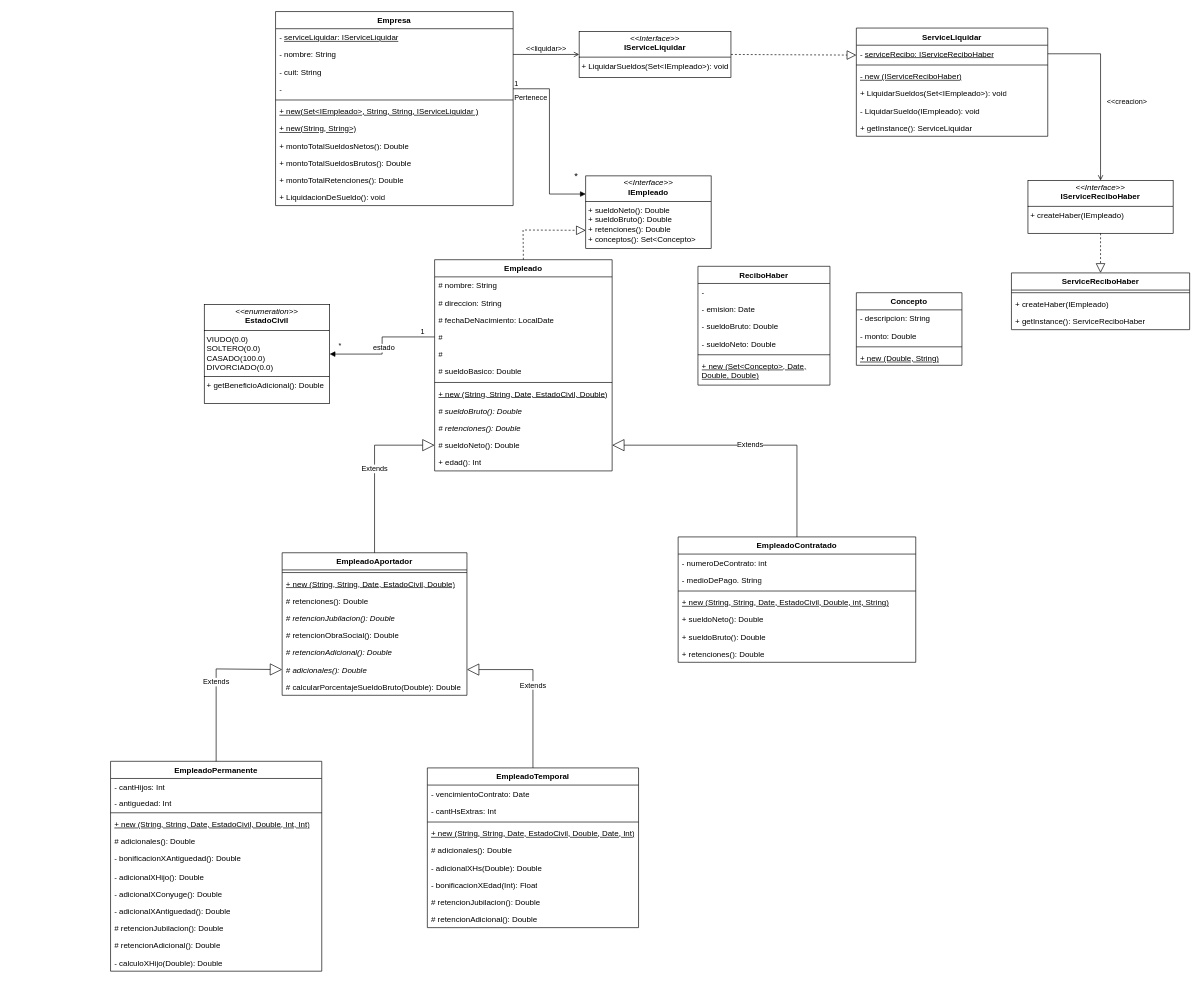
tomasmendoza-unq/objetos2 keeps this draw.io diagram as TP-2/tp-02.drawio. Above is the earlier version. Source tidied: cells renumbered, new cells numbered last; positions are measured from the earlier drawing's top-left corner, leaving out a move shared by most shapes. Both pictures are drawn from the tidied source at 66%, with x=0, y=0 at pixel (11, 11).
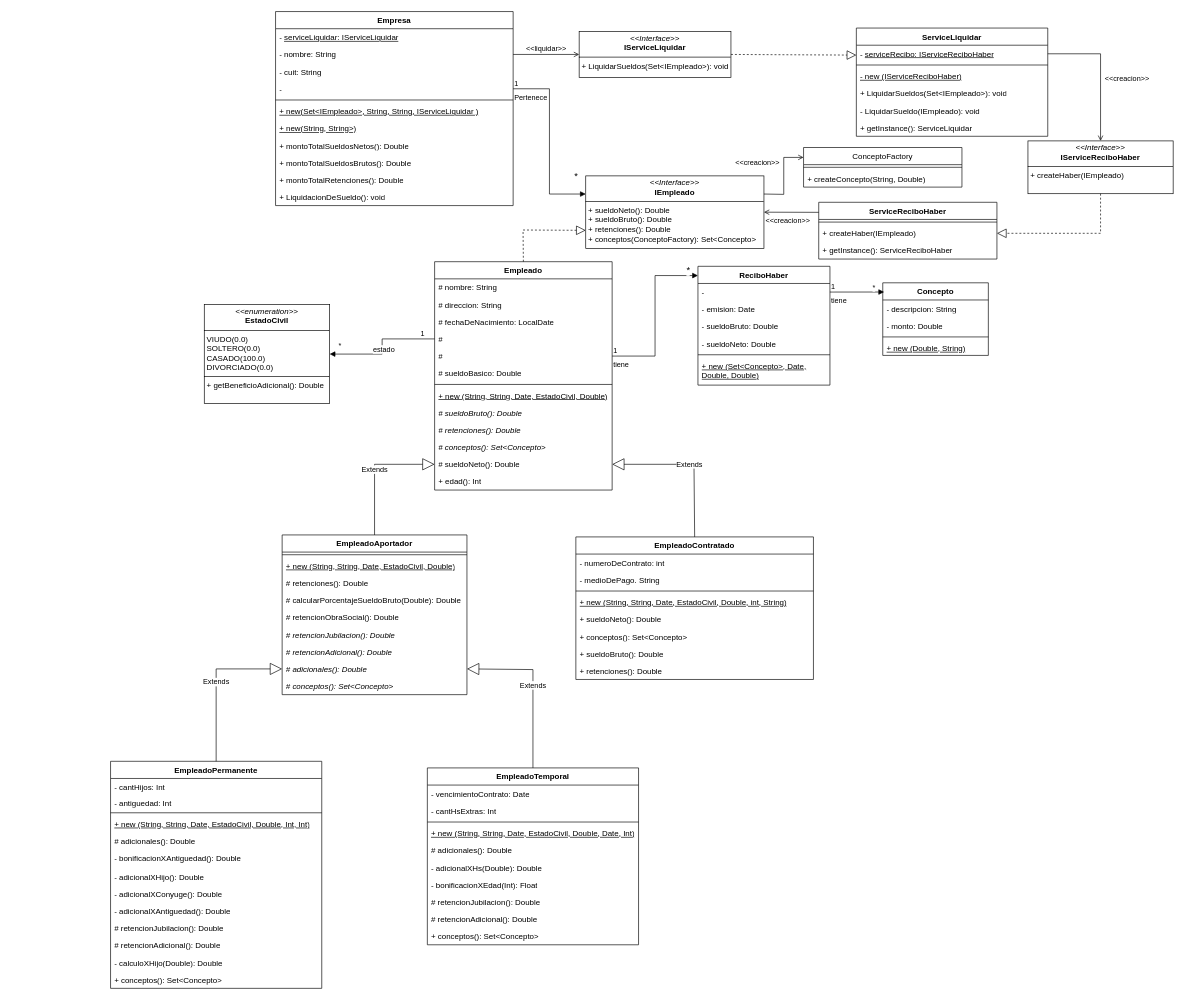
Above is the later version.

Unchanged cells that the change refers to:
```xml
<mxCell id="7" value="#" style="text;strokeColor=none;fillColor=none;align=left;verticalAlign=top;spacingLeft=4;spacingRight=4;overflow=hidden;points=[[0,0.5],[1,0.5]];portConstraint=eastwest;whiteSpace=wrap;html=1;" parent="2" vertex="1">
  <mxGeometry y="130" width="269" height="26" as="geometry" />
</mxCell>
<mxCell id="50" value="ReciboHaber" style="swimlane;fontStyle=1;align=center;verticalAlign=top;horizontal=1;startSize=26;whiteSpace=wrap;html=1;" parent="1" vertex="1">
  <mxGeometry x="1040" y="386" width="200" height="180" as="geometry" />
</mxCell>
<mxCell id="51" value="-" style="text;strokeColor=none;fillColor=none;align=left;verticalAlign=top;spacingLeft=4;spacingRight=4;overflow=hidden;points=[[0,0.5],[1,0.5]];portConstraint=eastwest;whiteSpace=wrap;html=1;" parent="50" vertex="1">
  <mxGeometry y="26" width="200" height="26" as="geometry" />
</mxCell>
<mxCell id="96" value="- &lt;u&gt;serviceRecibo: IServiceReciboHaber&lt;/u&gt;" style="text;strokeColor=none;fillColor=none;align=left;verticalAlign=top;spacingLeft=4;spacingRight=4;overflow=hidden;points=[[0,0.5],[1,0.5]];portConstraint=eastwest;whiteSpace=wrap;html=1;" parent="95" vertex="1">
  <mxGeometry y="26" width="290" height="26" as="geometry" />
</mxCell>
<mxCell id="108" value="+ createHaber(IEmpleado)" style="text;strokeColor=none;fillColor=none;align=left;verticalAlign=top;spacingLeft=4;spacingRight=4;overflow=hidden;points=[[0,0.5],[1,0.5]];portConstraint=eastwest;whiteSpace=wrap;html=1;" parent="106" vertex="1">
  <mxGeometry y="34" width="270" height="26" as="geometry" />
</mxCell>
```

Diff of the diagram source:
```diff
@@
     <mxCell id="2" value="Empleado" style="swimlane;fontStyle=1;align=center;verticalAlign=top;horizontal=1;startSize=26;whiteSpace=wrap;html=1;" parent="1" vertex="1">
-      <mxGeometry x="641" y="376" width="269" height="320" as="geometry" />
+      <mxGeometry x="641" y="379" width="269" height="346" as="geometry" />
     </mxCell>
@@
+    <mxCell id="110" value="&lt;i&gt;# conceptos(): Set&amp;lt;Concepto&amp;gt;&lt;/i&gt;" style="text;strokeColor=none;fillColor=none;align=left;verticalAlign=top;spacingLeft=4;spacingRight=4;overflow=hidden;whiteSpace=wrap;html=1;" parent="2" vertex="1">
+      <mxGeometry y="268" width="269" height="26" as="geometry" />
+    </mxCell>
     <mxCell id="13" value="# sueldoNeto(): Double" style="text;strokeColor=none;fillColor=none;align=left;verticalAlign=top;spacingLeft=4;spacingRight=4;overflow=hidden;points=[[0,0.5],[1,0.5]];portConstraint=eastwest;whiteSpace=wrap;html=1;" parent="2" vertex="1">
-      <mxGeometry y="268" width="269" height="26" as="geometry" />
+      <mxGeometry y="294" width="269" height="26" as="geometry" />
     </mxCell>
     <mxCell id="14" value="+ edad(): Int" style="text;strokeColor=none;fillColor=none;align=left;verticalAlign=top;spacingLeft=4;spacingRight=4;overflow=hidden;whiteSpace=wrap;html=1;" parent="2" vertex="1">
-      <mxGeometry y="294" width="269" height="26" as="geometry" />
+      <mxGeometry y="320" width="269" height="26" as="geometry" />
     </mxCell>
     <mxCell id="15" value="EmpleadoTemporal" style="swimlane;fontStyle=1;align=center;verticalAlign=top;horizontal=1;startSize=26;whiteSpace=wrap;html=1;" parent="1" vertex="1">
-      <mxGeometry x="630" y="1146" width="320" height="242" as="geometry" />
+      <mxGeometry x="630" y="1146" width="320" height="268" as="geometry" />
     </mxCell>
@@
+    <mxCell id="111" value="+ conceptos(): Set&amp;lt;Concepto&amp;gt;" style="text;strokeColor=none;fillColor=none;align=left;verticalAlign=top;spacingLeft=4;spacingRight=4;overflow=hidden;whiteSpace=wrap;html=1;" parent="15" vertex="1">
+      <mxGeometry y="242" width="320" height="26" as="geometry" />
+    </mxCell>
     <mxCell id="25" value="EmpleadoPermanente" style="swimlane;fontStyle=1;align=center;verticalAlign=top;horizontal=1;startSize=26;whiteSpace=wrap;html=1;" parent="1" vertex="1">
-      <mxGeometry x="150" y="1136" width="320" height="318" as="geometry" />
+      <mxGeometry x="150" y="1136" width="320" height="344" as="geometry" />
     </mxCell>
@@
+    <mxCell id="112" value="+ conceptos(): Set&amp;lt;Concepto&amp;gt;" style="text;strokeColor=none;fillColor=none;align=left;verticalAlign=top;spacingLeft=4;spacingRight=4;overflow=hidden;whiteSpace=wrap;html=1;" parent="25" vertex="1">
+      <mxGeometry y="318" width="320" height="26" as="geometry" />
+    </mxCell>
@@
     <mxCell id="57" value="Concepto" style="swimlane;fontStyle=1;align=center;verticalAlign=top;horizontal=1;startSize=26;whiteSpace=wrap;html=1;" parent="1" vertex="1">
-      <mxGeometry x="1280" y="426" width="160" height="110" as="geometry" />
+      <mxGeometry x="1320" y="411" width="160" height="110" as="geometry" />
     </mxCell>
@@
     <mxCell id="68" value="EmpleadoContratado" style="swimlane;fontStyle=1;align=center;verticalAlign=top;horizontal=1;startSize=26;whiteSpace=wrap;html=1;" parent="1" vertex="1">
-      <mxGeometry x="1010" y="796" width="360" height="190" as="geometry" />
+      <mxGeometry x="855" y="796" width="360" height="216" as="geometry" />
     </mxCell>
@@
+    <mxCell id="113" value="+ conceptos(): Set&amp;lt;Concepto&amp;gt;" style="text;strokeColor=none;fillColor=none;align=left;verticalAlign=top;spacingLeft=4;spacingRight=4;overflow=hidden;whiteSpace=wrap;html=1;" parent="68" vertex="1">
+      <mxGeometry y="138" width="360" height="26" as="geometry" />
+    </mxCell>
     <mxCell id="74" value="+ sueldoBruto(): Double" style="text;strokeColor=none;fillColor=none;align=left;verticalAlign=top;spacingLeft=4;spacingRight=4;overflow=hidden;whiteSpace=wrap;html=1;" parent="68" vertex="1">
-      <mxGeometry y="138" width="360" height="26" as="geometry" />
+      <mxGeometry y="164" width="360" height="26" as="geometry" />
     </mxCell>
     <mxCell id="75" value="+ retenciones(): Double" style="text;strokeColor=none;fillColor=none;align=left;verticalAlign=top;spacingLeft=4;spacingRight=4;overflow=hidden;whiteSpace=wrap;html=1;" parent="68" vertex="1">
-      <mxGeometry y="164" width="360" height="26" as="geometry" />
+      <mxGeometry y="190" width="360" height="26" as="geometry" />
     </mxCell>
-    <mxCell id="76" value="&lt;p style=&quot;margin:0px;margin-top:4px;text-align:center;&quot;&gt;&lt;i&gt;&amp;lt;&amp;lt;Interface&amp;gt;&amp;gt;&lt;/i&gt;&lt;br&gt;&lt;b&gt;IEmpleado&lt;/b&gt;&lt;/p&gt;&lt;hr size=&quot;1&quot; style=&quot;border-style:solid;&quot;&gt;&lt;p style=&quot;margin:0px;margin-left:4px;&quot;&gt;+ sueldoNeto(): Double&lt;/p&gt;&lt;p style=&quot;margin:0px;margin-left:4px;&quot;&gt;+ sueldoBruto(): Double&lt;/p&gt;&lt;p style=&quot;margin:0px;margin-left:4px;&quot;&gt;+ retenciones(): Double&lt;/p&gt;&lt;p style=&quot;margin:0px;margin-left:4px;&quot;&gt;+ conceptos(): Set&amp;lt;Concepto&amp;gt;&lt;/p&gt;&lt;p style=&quot;margin:0px;margin-left:4px;&quot;&gt;&lt;br&gt;&lt;/p&gt;" style="verticalAlign=top;align=left;overflow=fill;html=1;whiteSpace=wrap;" parent="1" vertex="1">
-      <mxGeometry x="870" y="249" width="190" height="110" as="geometry" />
+    <mxCell id="76" value="&lt;p style=&quot;margin:0px;margin-top:4px;text-align:center;&quot;&gt;&lt;i&gt;&amp;lt;&amp;lt;Interface&amp;gt;&amp;gt;&lt;/i&gt;&lt;br&gt;&lt;b&gt;IEmpleado&lt;/b&gt;&lt;/p&gt;&lt;hr size=&quot;1&quot; style=&quot;border-style:solid;&quot;&gt;&lt;p style=&quot;margin:0px;margin-left:4px;&quot;&gt;+ sueldoNeto(): Double&lt;/p&gt;&lt;p style=&quot;margin:0px;margin-left:4px;&quot;&gt;+ sueldoBruto(): Double&lt;/p&gt;&lt;p style=&quot;margin:0px;margin-left:4px;&quot;&gt;+ retenciones(): Double&lt;/p&gt;&lt;p style=&quot;margin:0px;margin-left:4px;&quot;&gt;+ conceptos(ConceptoFactory): Set&amp;lt;Concepto&amp;gt;&lt;/p&gt;&lt;p style=&quot;margin:0px;margin-left:4px;&quot;&gt;&lt;br&gt;&lt;/p&gt;" style="verticalAlign=top;align=left;overflow=fill;html=1;whiteSpace=wrap;" parent="1" vertex="1">
+      <mxGeometry x="870" y="249" width="270" height="110" as="geometry" />
     </mxCell>
@@
     <mxCell id="80" value="Extends" style="endArrow=block;endSize=16;endFill=0;html=1;rounded=0;exitX=0.5;exitY=0;exitDx=0;exitDy=0;entryX=1;entryY=0.5;entryDx=0;entryDy=0;" parent="1" edge="1" source="68" target="13">
       <mxGeometry relative="1" as="geometry">
         <Array as="points">
-          <mxPoint x="1190" y="657" />
+          <mxPoint x="1034" y="686" />
         </Array>
       </mxGeometry>
     </mxCell>
     <mxCell id="81" value="EmpleadoAportador" style="swimlane;fontStyle=1;align=center;verticalAlign=top;horizontal=1;startSize=26;whiteSpace=wrap;html=1;" parent="1" vertex="1">
-      <mxGeometry x="410" y="820" width="280" height="216" as="geometry" />
+      <mxGeometry x="410" y="793" width="280" height="242" as="geometry" />
     </mxCell>
@@
+    <mxCell id="89" value="# calcularPorcentajeSueldoBruto(Double): Double" style="text;strokeColor=none;fillColor=none;align=left;verticalAlign=top;spacingLeft=4;spacingRight=4;overflow=hidden;whiteSpace=wrap;html=1;" parent="81" vertex="1">
+      <mxGeometry y="86" width="280" height="26" as="geometry" />
+    </mxCell>
+    <mxCell id="86" value="&lt;i&gt;#&amp;nbsp;&lt;/i&gt;retencionObraSocial(): Double" style="text;strokeColor=none;fillColor=none;align=left;verticalAlign=top;spacingLeft=4;spacingRight=4;overflow=hidden;whiteSpace=wrap;html=1;" parent="81" vertex="1">
+      <mxGeometry y="112" width="280" height="26" as="geometry" />
+    </mxCell>
     <mxCell id="85" value="&lt;i&gt;# retencionJubilacion(): Double&lt;/i&gt;" style="text;strokeColor=none;fillColor=none;align=left;verticalAlign=top;spacingLeft=4;spacingRight=4;overflow=hidden;whiteSpace=wrap;html=1;" parent="81" vertex="1">
-      <mxGeometry y="86" width="280" height="26" as="geometry" />
+      <mxGeometry y="138" width="280" height="26" as="geometry" />
     </mxCell>
-    <mxCell id="86" value="&lt;i&gt;#&amp;nbsp;&lt;/i&gt;retencionObraSocial(): Double" style="text;strokeColor=none;fillColor=none;align=left;verticalAlign=top;spacingLeft=4;spacingRight=4;overflow=hidden;whiteSpace=wrap;html=1;" parent="81" vertex="1">
-      <mxGeometry y="112" width="280" height="26" as="geometry" />
-    </mxCell>
     <mxCell id="87" value="&lt;i&gt;# retencionAdicional(): Double&lt;/i&gt;" style="text;strokeColor=none;fillColor=none;align=left;verticalAlign=top;spacingLeft=4;spacingRight=4;overflow=hidden;whiteSpace=wrap;html=1;" parent="81" vertex="1">
-      <mxGeometry y="138" width="280" height="26" as="geometry" />
+      <mxGeometry y="164" width="280" height="26" as="geometry" />
     </mxCell>
     <mxCell id="88" value="&lt;i&gt;# adicionales(): Double&lt;/i&gt;" style="text;strokeColor=none;fillColor=none;align=left;verticalAlign=top;spacingLeft=4;spacingRight=4;overflow=hidden;points=[[0,0.5],[1,0.5]];portConstraint=eastwest;whiteSpace=wrap;html=1;" parent="81" vertex="1">
-      <mxGeometry y="164" width="280" height="26" as="geometry" />
+      <mxGeometry y="190" width="280" height="26" as="geometry" />
     </mxCell>
-    <mxCell id="89" value="# calcularPorcentajeSueldoBruto(Double): Double" style="text;strokeColor=none;fillColor=none;align=left;verticalAlign=top;spacingLeft=4;spacingRight=4;overflow=hidden;whiteSpace=wrap;html=1;" parent="81" vertex="1">
-      <mxGeometry y="190" width="280" height="26" as="geometry" />
-    </mxCell>
+    <mxCell id="114" value="&lt;i&gt;# conceptos(): Set&amp;lt;Concepto&amp;gt;&lt;/i&gt;" style="text;strokeColor=none;fillColor=none;align=left;verticalAlign=top;spacingLeft=4;spacingRight=4;overflow=hidden;whiteSpace=wrap;html=1;" parent="81" vertex="1">
+      <mxGeometry y="216" width="280" height="26" as="geometry" />
+    </mxCell>
     <mxCell id="90" value="Extends" style="endArrow=block;endSize=16;endFill=0;html=1;rounded=0;exitX=0.5;exitY=0;exitDx=0;exitDy=0;entryX=0;entryY=0.5;entryDx=0;entryDy=0;" parent="1" edge="1" source="81" target="13">
       <mxGeometry relative="1" as="geometry">
         <Array as="points">
-          <mxPoint x="550" y="657" />
+          <mxPoint x="550" y="686" />
         </Array>
       </mxGeometry>
     </mxCell>
@@
     <mxCell id="103" value="&lt;p style=&quot;margin:0px;margin-top:4px;text-align:center;&quot;&gt;&lt;i&gt;&amp;lt;&amp;lt;Interface&amp;gt;&amp;gt;&lt;/i&gt;&lt;br&gt;&lt;b&gt;IServiceReciboHaber&lt;/b&gt;&lt;/p&gt;&lt;hr size=&quot;1&quot; style=&quot;border-style:solid;&quot;&gt;&lt;p style=&quot;margin:0px;margin-left:4px;&quot;&gt;+ createHaber(IEmpleado)&lt;/p&gt;" style="verticalAlign=top;align=left;overflow=fill;html=1;whiteSpace=wrap;" parent="1" vertex="1">
-      <mxGeometry x="1540" y="256" width="220" height="80" as="geometry" />
+      <mxGeometry x="1540" y="196" width="220" height="80" as="geometry" />
     </mxCell>
-    <mxCell id="104" value="&amp;lt;&amp;lt;creacion&amp;gt;" style="html=1;verticalAlign=bottom;labelBackgroundColor=none;endArrow=open;endFill=0;rounded=0;entryX=0.5;entryY=0;entryDx=0;entryDy=0;exitX=1;exitY=0.5;exitDx=0;exitDy=0;" parent="1" edge="1" source="96" target="103">
+    <mxCell id="104" value="&amp;lt;&amp;lt;creacion&amp;gt;&amp;gt;" style="html=1;verticalAlign=bottom;labelBackgroundColor=none;endArrow=open;endFill=0;rounded=0;entryX=0.5;entryY=0;entryDx=0;entryDy=0;exitX=1;exitY=0.5;exitDx=0;exitDy=0;" parent="1" edge="1" source="96" target="103">
       <mxGeometry x="0.19" y="40" relative="1" as="geometry">
         <Array as="points">
           <mxPoint x="1650" y="64" />
         </Array>
       </mxGeometry>
     </mxCell>
-    <mxCell id="105" style="endArrow=block;dashed=1;endFill=0;endSize=12;html=1;rounded=0;exitX=0.5;exitY=1;exitDx=0;exitDy=0;entryX=0.5;entryY=0;entryDx=0;entryDy=0;" parent="1" edge="1" source="103" target="106">
-      <mxGeometry relative="1" as="geometry" />
+    <mxCell id="105" style="endArrow=block;dashed=1;endFill=0;endSize=12;html=1;rounded=0;exitX=0.5;exitY=1;exitDx=0;exitDy=0;entryX=1;entryY=0.5;entryDx=0;entryDy=0;" parent="1" edge="1" source="103" target="108">
+      <mxGeometry relative="1" as="geometry">
+        <Array as="points">
+          <mxPoint x="1650" y="336" />
+        </Array>
+      </mxGeometry>
     </mxCell>
     <mxCell id="106" value="ServiceReciboHaber" style="swimlane;fontStyle=1;align=center;verticalAlign=top;horizontal=1;startSize=26;whiteSpace=wrap;html=1;" parent="1" vertex="1">
-      <mxGeometry x="1515" y="396" width="270" height="86" as="geometry" />
+      <mxGeometry x="1223" y="289" width="270" height="86" as="geometry" />
     </mxCell>
@@
+    <mxCell id="115" value="tiene" style="endArrow=block;endFill=1;html=1;edgeStyle=orthogonalEdgeStyle;align=left;verticalAlign=top;rounded=0;exitX=1;exitY=0.5;exitDx=0;exitDy=0;entryX=0;entryY=0.078;entryDx=0;entryDy=0;entryPerimeter=0;" parent="1" edge="1" source="7" target="50">
+      <mxGeometry x="-1" relative="1" as="geometry" />
+    </mxCell>
+    <mxCell id="116" value="1" style="edgeLabel;html=1;align=left;verticalAlign=bottom;" parent="115" vertex="1">
+      <mxGeometry x="-1" relative="1" as="geometry" />
+    </mxCell>
+    <mxCell id="117" value="&lt;font style=&quot;font-size: 14px;&quot;&gt;*&lt;/font&gt;" style="edgeLabel;html=1;align=left;verticalAlign=bottom;" parent="1" vertex="1">
+      <mxGeometry x="170" y="189" as="geometry">
+        <mxPoint x="851" y="213" as="offset" />
+      </mxGeometry>
+    </mxCell>
+    <mxCell id="118" value="tiene" style="endArrow=block;endFill=1;html=1;edgeStyle=orthogonalEdgeStyle;align=left;verticalAlign=top;rounded=0;exitX=1;exitY=0.5;exitDx=0;exitDy=0;entryX=0.013;entryY=0.127;entryDx=0;entryDy=0;entryPerimeter=0;" parent="1" edge="1" source="51" target="57">
+      <mxGeometry x="-1" relative="1" as="geometry" />
+    </mxCell>
+    <mxCell id="119" value="1" style="edgeLabel;html=1;align=left;verticalAlign=bottom;" parent="118" vertex="1">
+      <mxGeometry x="-1" relative="1" as="geometry" />
+    </mxCell>
+    <mxCell id="120" value="*" style="edgeLabel;html=1;align=left;verticalAlign=bottom;" parent="1" vertex="1">
+      <mxGeometry x="1251" y="459" as="geometry">
+        <mxPoint x="52" y="-33" as="offset" />
+      </mxGeometry>
+    </mxCell>
+    <mxCell id="121" value="&lt;span style=&quot;font-weight: 400; text-align: left;&quot;&gt;ConceptoFactory&lt;/span&gt;" style="swimlane;fontStyle=1;align=center;verticalAlign=top;horizontal=1;startSize=26;whiteSpace=wrap;html=1;" parent="1" vertex="1">
+      <mxGeometry x="1200" y="206" width="240" height="60" as="geometry" />
+    </mxCell>
+    <mxCell id="122" style="line;strokeWidth=1;fillColor=none;align=left;verticalAlign=middle;spacingTop=-1;spacingLeft=3;spacingRight=3;labelPosition=right;strokeColor=inherit;" parent="121" vertex="1">
+      <mxGeometry y="26" width="240" height="8" as="geometry" />
+    </mxCell>
+    <mxCell id="123" value="+ createConcepto(String, Double)" style="text;strokeColor=none;fillColor=none;align=left;verticalAlign=top;spacingLeft=4;spacingRight=4;overflow=hidden;whiteSpace=wrap;html=1;" parent="121" vertex="1">
+      <mxGeometry y="34" width="240" height="26" as="geometry" />
+    </mxCell>
+    <mxCell id="124" value="&amp;lt;&amp;lt;creacion&amp;gt;&amp;gt;" style="html=1;verticalAlign=bottom;labelBackgroundColor=none;endArrow=open;endFill=0;rounded=0;entryX=0;entryY=0.25;entryDx=0;entryDy=0;exitX=1;exitY=0.25;exitDx=0;exitDy=0;" parent="1" edge="1" source="76" target="121">
+      <mxGeometry x="0.19" y="40" relative="1" as="geometry">
+        <Array as="points">
+          <mxPoint x="1170" y="277" />
+          <mxPoint x="1170" y="221" />
+        </Array>
+      </mxGeometry>
+    </mxCell>
+    <mxCell id="125" value="&amp;lt;&amp;lt;creacion&amp;gt;&amp;gt;" style="html=1;verticalAlign=bottom;labelBackgroundColor=none;endArrow=open;endFill=0;rounded=0;entryX=1;entryY=0.5;entryDx=0;entryDy=0;exitX=0;exitY=0.177;exitDx=0;exitDy=0;exitPerimeter=0;" parent="1" edge="1" source="106" target="76">
+      <mxGeometry x="0.14" y="22" relative="1" as="geometry" />
+    </mxCell>
```
